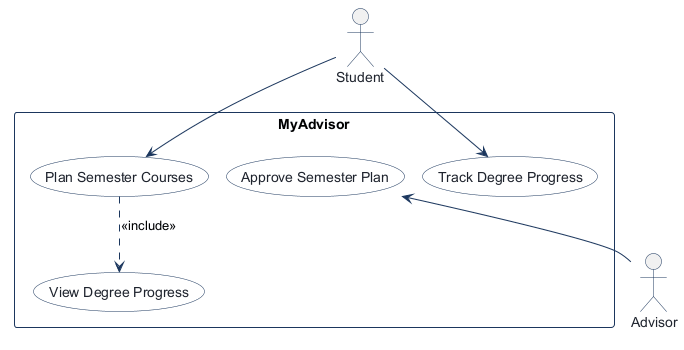
Before: docs/diagrams/use-case.png, a diagram exported from PlantUML (christiam44/comp3613-myadvisor). The source it was exported from:
```plantuml
@startuml
!pragma layout smetana
!pragma layout smetana
skinparam shadowing false
skinparam actorBorderColor #1B365D
skinparam actorFontColor #1E232D
skinparam usecaseBackgroundColor #FFFFFF
skinparam usecaseBorderColor #1B365D
skinparam usecaseFontColor #1E232D
skinparam rectangleBorderColor #1B365D
skinparam rectangleBackgroundColor #F8FAFC
skinparam arrowColor #1B365D

actor "Student" as Student

rectangle "MyAdvisor" {
  usecase "Plan Semester Courses" as Plan_Semester_Courses
  usecase "View Degree Progress" as View_Degree_Progress
  usecase "Track Degree Progress" as Track_Degree_Progress
  usecase "Approve Semester Plan" as Approve_Semester_Plan
}

actor "Advisor" as Advisor

Student --> Plan_Semester_Courses
Plan_Semester_Courses ..> View_Degree_Progress : <<include>>
Student --> Track_Degree_Progress
Approve_Semester_Plan <-- Advisor

@enduml
```
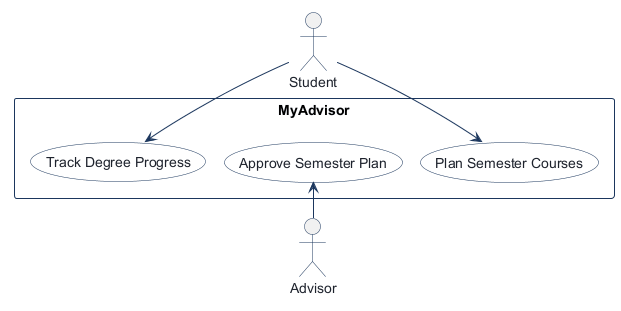
Above is the later version.

Commit message:
Update A1 report, use-case diagram, and judge notes

Diff of the diagram source:
```diff
@@ -15,16 +15,14 @@
 
 rectangle "MyAdvisor" {
   usecase "Plan Semester Courses" as Plan_Semester_Courses
-  usecase "View Degree Progress" as View_Degree_Progress
+  usecase "Approve Semester Plan" as Approve_Semester_Plan
   usecase "Track Degree Progress" as Track_Degree_Progress
-  usecase "Approve Semester Plan" as Approve_Semester_Plan
 }
 
 actor "Advisor" as Advisor
 
 Student --> Plan_Semester_Courses
-Plan_Semester_Courses ..> View_Degree_Progress : <<include>>
+Approve_Semester_Plan <-- Advisor
 Student --> Track_Degree_Progress
-Approve_Semester_Plan <-- Advisor
 
 @enduml
```
